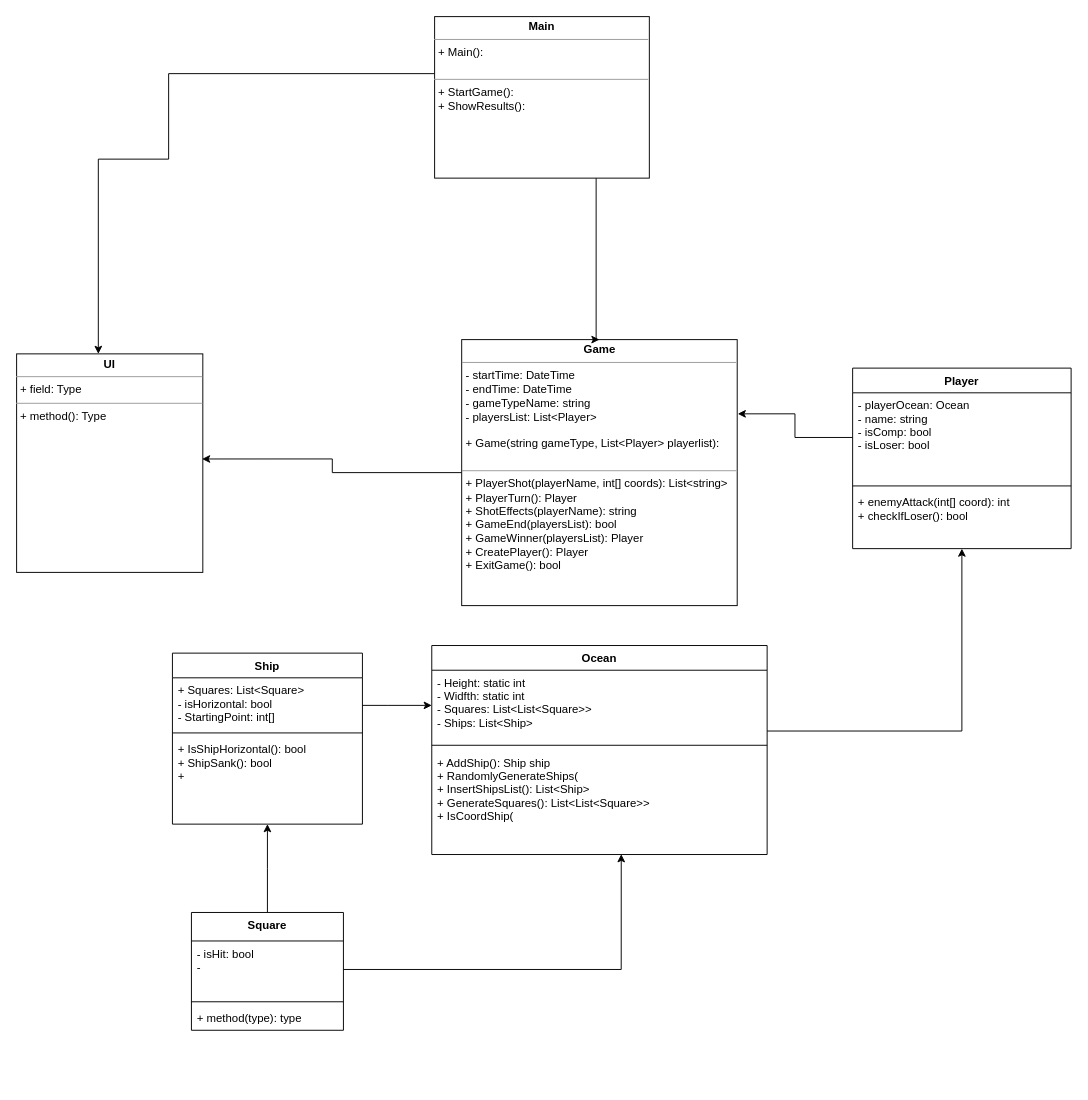
CodecoolGlobal/battle-ship-in-the-oo-way-war_ships keeps this draw.io diagram as specifications/UML_Battleship.drawio. Above is the earlier version. Source tidied: cells renumbered, new cells numbered last; positions are measured from the earlier drawing's top-left corner, leaving out a move shared by most shapes. Both pictures are drawn from the tidied source at 95%, with x=0, y=0 at pixel (16, 16).
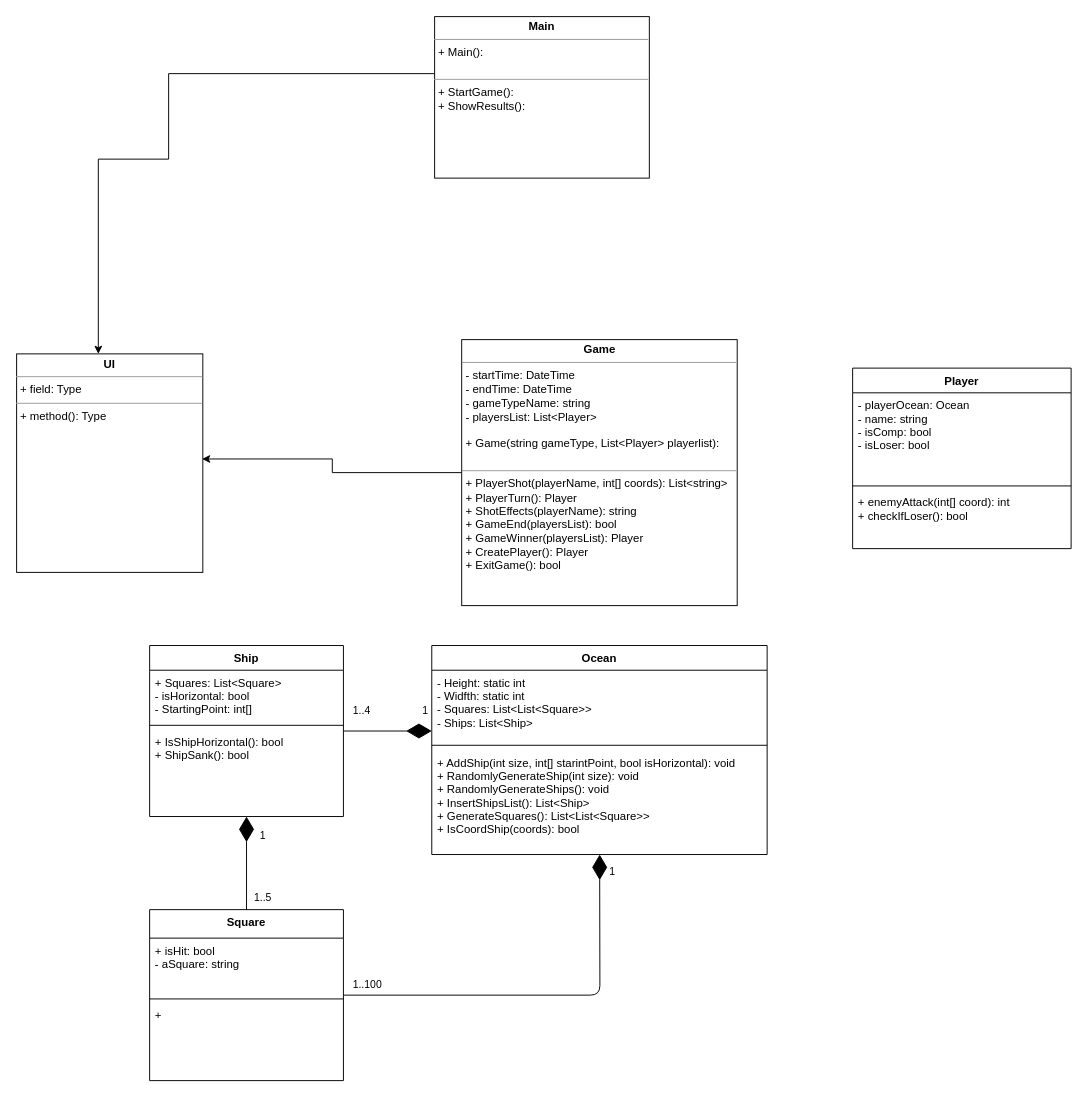
After the change.

Commit message (it also covers changes not shown here):
Merge of Squres, init of View and UML update

Unchanged cells that the change refers to:
```xml
<mxCell id="3" value="Ocean" style="swimlane;fontStyle=1;align=center;verticalAlign=top;horizontal=1;startSize=26;" parent="1" vertex="1">
  <mxGeometry x="437" y="662" width="353" height="220" as="geometry" />
</mxCell>
<mxCell id="4" value="- Height: static int&#10;- Widfth: static int&#10;- Squares: List&lt;List&lt;Square&gt;&gt;&#10;- Ships: List&lt;Ship&gt; &#10;&#10;" style="text;strokeColor=none;fillColor=none;align=left;verticalAlign=top;spacingLeft=4;spacingRight=4;overflow=hidden;points=[[0,0.5],[1,0.5]];portConstraint=eastwest;" parent="3" vertex="1">
  <mxGeometry y="26" width="353" height="74" as="geometry" />
</mxCell>
<mxCell id="13" value="&lt;p style=&quot;margin: 0px ; margin-top: 4px ; text-align: center&quot;&gt;&lt;b&gt;Game&lt;/b&gt;&lt;/p&gt;&lt;hr size=&quot;1&quot;&gt;&lt;p style=&quot;margin: 0px ; margin-left: 4px&quot;&gt;- startTime: DateTime&lt;/p&gt;&lt;p style=&quot;margin: 0px ; margin-left: 4px&quot;&gt;- endTime: DateTime&lt;/p&gt;&lt;p style=&quot;margin: 0px ; margin-left: 4px&quot;&gt;- gameTypeName: string&lt;/p&gt;&lt;p style=&quot;margin: 0px ; margin-left: 4px&quot;&gt;- playersList: List&amp;lt;Player&amp;gt;&lt;/p&gt;&lt;p style=&quot;margin: 0px ; margin-left: 4px&quot;&gt;&lt;br&gt;&lt;/p&gt;&lt;p style=&quot;margin: 0px ; margin-left: 4px&quot;&gt;+ Game(string gameType, List&amp;lt;Player&amp;gt; playerlist):&lt;br&gt;&lt;/p&gt;&lt;p style=&quot;margin: 0px ; margin-left: 4px&quot;&gt;&lt;br&gt;&lt;/p&gt;&lt;hr size=&quot;1&quot;&gt;&lt;p style=&quot;margin: 0px ; margin-left: 4px&quot;&gt;+ PlayerShot(playerName, int[] coords): List&amp;lt;string&amp;gt;&lt;/p&gt;&lt;p style=&quot;margin: 0px ; margin-left: 4px&quot;&gt;+ PlayerTurn(): Player&lt;/p&gt;&lt;p style=&quot;margin: 0px ; margin-left: 4px&quot;&gt;+ ShotEffects(playerName): string&lt;/p&gt;&lt;p style=&quot;margin: 0px ; margin-left: 4px&quot;&gt;+ GameEnd(playersList): bool&lt;br&gt;&lt;/p&gt;&lt;p style=&quot;margin: 0px ; margin-left: 4px&quot;&gt;+ GameWinner(playersList): Player&lt;/p&gt;&lt;p style=&quot;margin: 0px ; margin-left: 4px&quot;&gt;+ CreatePlayer(): Player&lt;/p&gt;&lt;p style=&quot;margin: 0px ; margin-left: 4px&quot;&gt;+ ExitGame(): bool&lt;br&gt;&lt;/p&gt;" style="verticalAlign=top;align=left;overflow=fill;fontSize=12;fontFamily=Helvetica;html=1;" parent="1" vertex="1">
  <mxGeometry x="468.5" y="340" width="290" height="280" as="geometry" />
</mxCell>
<mxCell id="16" value="&lt;p style=&quot;margin: 0px ; margin-top: 4px ; text-align: center&quot;&gt;&lt;b&gt;Main&lt;/b&gt;&lt;/p&gt;&lt;hr size=&quot;1&quot;&gt;&lt;p style=&quot;margin: 0px ; margin-left: 4px&quot;&gt;+ Main():&lt;/p&gt;&lt;p style=&quot;margin: 0px ; margin-left: 4px&quot;&gt;&lt;br&gt;&lt;/p&gt;&lt;hr size=&quot;1&quot;&gt;&lt;p style=&quot;margin: 0px ; margin-left: 4px&quot;&gt;+ StartGame():&lt;/p&gt;&lt;p style=&quot;margin: 0px ; margin-left: 4px&quot;&gt;+ ShowResults():&lt;/p&gt;&lt;p style=&quot;margin: 0px ; margin-left: 4px&quot;&gt;&lt;br&gt;&lt;/p&gt;" style="verticalAlign=top;align=left;overflow=fill;fontSize=12;fontFamily=Helvetica;html=1;" parent="1" vertex="1">
  <mxGeometry x="440" width="226" height="170" as="geometry" />
</mxCell>
```

Diff of the diagram source:
```diff
@@
-    <mxCell id="2" style="edgeStyle=orthogonalEdgeStyle;rounded=0;jettySize=auto;html=1;" parent="1" edge="1" source="3" target="26">
-      <mxGeometry relative="1" as="geometry">
-        <Array as="points">
-          <mxPoint x="995" y="752" />
-        </Array>
-      </mxGeometry>
-    </mxCell>
@@
-    <mxCell id="6" value="+ AddShip(): Ship ship&#10;+ RandomlyGenerateShips(&#10;+ InsertShipsList(): List&lt;Ship&gt;&#10;+ GenerateSquares(): List&lt;List&lt;Square&gt;&gt;&#10;+ IsCoordShip(&#10;&#10;" style="text;strokeColor=none;fillColor=none;align=left;verticalAlign=top;spacingLeft=4;spacingRight=4;overflow=hidden;points=[[0,0.5],[1,0.5]];portConstraint=eastwest;" parent="3" vertex="1">
+    <mxCell id="6" value="+ AddShip(int size, int[] starintPoint, bool isHorizontal): void&#10;+ RandomlyGenerateShip(int size): void&#10;+ RandomlyGenerateShips(): void&#10;+ InsertShipsList(): List&lt;Ship&gt;&#10;+ GenerateSquares(): List&lt;List&lt;Square&gt;&gt;&#10;+ IsCoordShip(coords): bool&#10;&#10;&#10;" style="text;strokeColor=none;fillColor=none;align=left;verticalAlign=top;spacingLeft=4;spacingRight=4;overflow=hidden;points=[[0,0.5],[1,0.5]];portConstraint=eastwest;" parent="3" vertex="1">
       <mxGeometry y="110" width="353" height="110" as="geometry" />
     </mxCell>
-    <mxCell id="7" style="edgeStyle=orthogonalEdgeStyle;rounded=0;jettySize=auto;html=1;" parent="1" edge="1" source="8">
-      <mxGeometry relative="1" as="geometry">
-        <mxPoint x="264" y="850" as="targetPoint" />
-      </mxGeometry>
-    </mxCell>
     <mxCell id="8" value="Square" style="swimlane;fontStyle=1;align=center;verticalAlign=top;horizontal=1;startSize=30;" parent="1" vertex="1">
-      <mxGeometry x="184" y="943" width="160" height="124" as="geometry" />
+      <mxGeometry x="140" y="940" width="204" height="180" as="geometry" />
     </mxCell>
-    <mxCell id="9" value="- isHit: bool&#10;-&#10;" style="text;strokeColor=none;fillColor=none;align=left;verticalAlign=top;spacingLeft=4;spacingRight=4;overflow=hidden;points=[[0,0.5],[1,0.5]];portConstraint=eastwest;" parent="8" vertex="1">
-      <mxGeometry y="30" width="160" height="60" as="geometry" />
+    <mxCell id="9" value="+ isHit: bool&#10;- aSquare: string&#10;" style="text;strokeColor=none;fillColor=none;align=left;verticalAlign=top;spacingLeft=4;spacingRight=4;overflow=hidden;points=[[0,0.5],[1,0.5]];portConstraint=eastwest;" parent="8" vertex="1">
+      <mxGeometry y="30" width="204" height="60" as="geometry" />
     </mxCell>
     <mxCell id="10" style="line;strokeWidth=1;fillColor=none;align=left;verticalAlign=middle;spacingTop=-1;spacingLeft=3;spacingRight=3;labelPosition=right;" parent="8" vertex="1">
-      <mxGeometry y="90" width="160" height="8" as="geometry" />
+      <mxGeometry y="90" width="204" height="8" as="geometry" />
     </mxCell>
-    <mxCell id="11" value="+ method(type): type" style="text;strokeColor=none;fillColor=none;align=left;verticalAlign=top;spacingLeft=4;spacingRight=4;overflow=hidden;" parent="8" vertex="1">
-      <mxGeometry y="98" width="160" height="26" as="geometry" />
+    <mxCell id="11" value="+ " style="text;strokeColor=none;fillColor=none;align=left;verticalAlign=top;spacingLeft=4;spacingRight=4;overflow=hidden;" parent="8" vertex="1">
+      <mxGeometry y="98" width="204" height="82" as="geometry" />
     </mxCell>
@@
-    <mxCell id="14" style="edgeStyle=orthogonalEdgeStyle;rounded=0;jettySize=auto;html=1;entryX=0.5;entryY=0;entryDx=0;entryDy=0;" parent="1" edge="1" source="16" target="13">
-      <mxGeometry relative="1" as="geometry">
-        <Array as="points">
-          <mxPoint x="610" y="340" />
-        </Array>
-      </mxGeometry>
-    </mxCell>
@@
-    <mxCell id="18" style="edgeStyle=orthogonalEdgeStyle;rounded=0;jettySize=auto;html=1;entryX=0;entryY=0.5;entryDx=0;entryDy=0;" parent="1" edge="1" source="20" target="4">
-      <mxGeometry relative="1" as="geometry">
-        <Array as="points">
-          <mxPoint x="390" y="725" />
-          <mxPoint x="390" y="725" />
-        </Array>
-      </mxGeometry>
-    </mxCell>
+    <mxCell id="23" value="Player" style="swimlane;fontStyle=1;align=center;verticalAlign=top;horizontal=1;startSize=26;" parent="1" vertex="1">
+      <mxGeometry x="880" y="370" width="230" height="190" as="geometry" />
+    </mxCell>
+    <mxCell id="24" value="- playerOcean: Ocean&#10;- name: string&#10;- isComp: bool&#10;- isLoser: bool&#10;&#10;" style="text;strokeColor=none;fillColor=none;align=left;verticalAlign=top;spacingLeft=4;spacingRight=4;overflow=hidden;points=[[0,0.5],[1,0.5]];portConstraint=eastwest;" parent="23" vertex="1">
+      <mxGeometry y="26" width="230" height="94" as="geometry" />
+    </mxCell>
+    <mxCell id="25" style="line;strokeWidth=1;fillColor=none;align=left;verticalAlign=middle;spacingTop=-1;spacingLeft=3;spacingRight=3;labelPosition=right;" parent="23" vertex="1">
+      <mxGeometry y="120" width="230" height="8" as="geometry" />
+    </mxCell>
+    <mxCell id="26" value="+ enemyAttack(int[] coord): int&#10;+ checkIfLoser(): bool&#10;" style="text;strokeColor=none;fillColor=none;align=left;verticalAlign=top;spacingLeft=4;spacingRight=4;overflow=hidden;points=[[0,0.5],[1,0.5]];portConstraint=eastwest;" parent="23" vertex="1">
+      <mxGeometry y="128" width="230" height="62" as="geometry" />
+    </mxCell>
+    <mxCell id="29" style="endArrow=diamondThin;endFill=1;endSize=24;html=1;" parent="1" edge="1" source="8" target="3">
+      <mxGeometry relative="1" as="geometry">
+        <Array as="points">
+          <mxPoint x="614" y="1030" />
+        </Array>
+      </mxGeometry>
+    </mxCell>
+    <mxCell id="30" value="1" style="edgeLabel;html=1;align=center;verticalAlign=middle;" parent="29" vertex="1">
+      <mxGeometry x="0.92" y="2" relative="1" as="geometry">
+        <mxPoint x="14.9" as="offset" />
+      </mxGeometry>
+    </mxCell>
+    <mxCell id="31" value="1..100" style="edgeLabel;html=1;align=center;verticalAlign=middle;" parent="29" vertex="1">
+      <mxGeometry x="-0.96" relative="1" as="geometry">
+        <mxPoint x="16.2" y="-11.5" as="offset" />
+      </mxGeometry>
+    </mxCell>
+    <mxCell id="32" style="endArrow=diamondThin;endFill=1;endSize=24;html=1;exitX=0.5;exitY=0;exitDx=0;exitDy=0;" parent="1" edge="1" source="8" target="22">
+      <mxGeometry relative="1" as="geometry" />
+    </mxCell>
+    <mxCell id="33" value="1" style="edgeLabel;html=1;align=center;verticalAlign=middle;" parent="32" vertex="1">
+      <mxGeometry x="0.92" y="2" relative="1" as="geometry">
+        <mxPoint x="18" y="15" as="offset" />
+      </mxGeometry>
+    </mxCell>
+    <mxCell id="34" value="1..5" style="edgeLabel;html=1;align=center;verticalAlign=middle;" parent="32" vertex="1">
+      <mxGeometry x="-0.96" relative="1" as="geometry">
+        <mxPoint x="16" y="-11.5" as="offset" />
+      </mxGeometry>
+    </mxCell>
     <mxCell id="19" value="Ship" style="swimlane;fontStyle=1;align=center;verticalAlign=top;horizontal=1;startSize=26;strokeColor=#000000;" parent="1" vertex="1">
-      <mxGeometry x="164" y="670" width="200" height="180" as="geometry" />
+      <mxGeometry x="140" y="662" width="204" height="180" as="geometry" />
     </mxCell>
     <mxCell id="20" value="+ Squares: List&lt;Square&gt;&#10;- isHorizontal: bool&#10;- StartingPoint: int[]" style="text;strokeColor=none;fillColor=none;align=left;verticalAlign=top;spacingLeft=4;spacingRight=4;overflow=hidden;points=[[0,0.5],[1,0.5]];portConstraint=eastwest;" parent="19" vertex="1">
-      <mxGeometry y="26" width="200" height="54" as="geometry" />
+      <mxGeometry y="26" width="204" height="54" as="geometry" />
     </mxCell>
     <mxCell id="21" style="line;strokeWidth=1;fillColor=none;align=left;verticalAlign=middle;spacingTop=-1;spacingLeft=3;spacingRight=3;labelPosition=right;" parent="19" vertex="1">
-      <mxGeometry y="80" width="200" height="8" as="geometry" />
+      <mxGeometry y="80" width="204" height="8" as="geometry" />
     </mxCell>
-    <mxCell id="22" value="+ IsShipHorizontal(): bool&#10;+ ShipSank(): bool&#10;+ &#10;" style="text;strokeColor=none;fillColor=none;align=left;verticalAlign=top;spacingLeft=4;spacingRight=4;overflow=hidden;points=[[0,0.5],[1,0.5]];portConstraint=eastwest;" parent="19" vertex="1">
-      <mxGeometry y="88" width="200" height="92" as="geometry" />
+    <mxCell id="22" value="+ IsShipHorizontal(): bool&#10;+ ShipSank(): bool&#10;" style="text;strokeColor=none;fillColor=none;align=left;verticalAlign=top;spacingLeft=4;spacingRight=4;overflow=hidden;points=[[0,0.5],[1,0.5]];portConstraint=eastwest;" parent="19" vertex="1">
+      <mxGeometry y="88" width="204" height="92" as="geometry" />
     </mxCell>
-    <mxCell id="23" value="Player" style="swimlane;fontStyle=1;align=center;verticalAlign=top;horizontal=1;startSize=26;" parent="1" vertex="1">
-      <mxGeometry x="880" y="370" width="230" height="190" as="geometry" />
-    </mxCell>
-    <mxCell id="24" value="- playerOcean: Ocean&#10;- name: string&#10;- isComp: bool&#10;- isLoser: bool&#10;&#10;" style="text;strokeColor=none;fillColor=none;align=left;verticalAlign=top;spacingLeft=4;spacingRight=4;overflow=hidden;points=[[0,0.5],[1,0.5]];portConstraint=eastwest;" parent="23" vertex="1">
-      <mxGeometry y="26" width="230" height="94" as="geometry" />
-    </mxCell>
-    <mxCell id="25" style="line;strokeWidth=1;fillColor=none;align=left;verticalAlign=middle;spacingTop=-1;spacingLeft=3;spacingRight=3;labelPosition=right;" parent="23" vertex="1">
-      <mxGeometry y="120" width="230" height="8" as="geometry" />
-    </mxCell>
-    <mxCell id="26" value="+ enemyAttack(int[] coord): int&#10;+ checkIfLoser(): bool&#10;" style="text;strokeColor=none;fillColor=none;align=left;verticalAlign=top;spacingLeft=4;spacingRight=4;overflow=hidden;points=[[0,0.5],[1,0.5]];portConstraint=eastwest;" parent="23" vertex="1">
-      <mxGeometry y="128" width="230" height="62" as="geometry" />
-    </mxCell>
-    <mxCell id="27" style="edgeStyle=orthogonalEdgeStyle;rounded=0;jettySize=auto;html=1;entryX=0.565;entryY=0.997;entryDx=0;entryDy=0;entryPerimeter=0;" parent="1" edge="1" source="9" target="6">
-      <mxGeometry relative="1" as="geometry" />
-    </mxCell>
-    <mxCell id="28" style="edgeStyle=orthogonalEdgeStyle;rounded=0;jettySize=auto;html=1;entryX=1.002;entryY=0.279;entryDx=0;entryDy=0;entryPerimeter=0;" parent="1" edge="1" source="24" target="13">
-      <mxGeometry relative="1" as="geometry" />
-    </mxCell>
+    <mxCell id="35" style="endArrow=diamondThin;endFill=1;endSize=24;html=1;" parent="1" edge="1" source="19" target="3">
+      <mxGeometry relative="1" as="geometry">
+        <Array as="points">
+          <mxPoint x="437" y="752" />
+        </Array>
+      </mxGeometry>
+    </mxCell>
+    <mxCell id="36" value="1" style="edgeLabel;html=1;align=center;verticalAlign=middle;" parent="35" vertex="1">
+      <mxGeometry x="0.92" y="2" relative="1" as="geometry">
+        <mxPoint x="-3.6" y="-20" as="offset" />
+      </mxGeometry>
+    </mxCell>
+    <mxCell id="37" value="1..4" style="edgeLabel;html=1;align=center;verticalAlign=middle;" parent="35" vertex="1">
+      <mxGeometry x="-0.96" relative="1" as="geometry">
+        <mxPoint x="16" y="-22" as="offset" />
+      </mxGeometry>
+    </mxCell>
```
